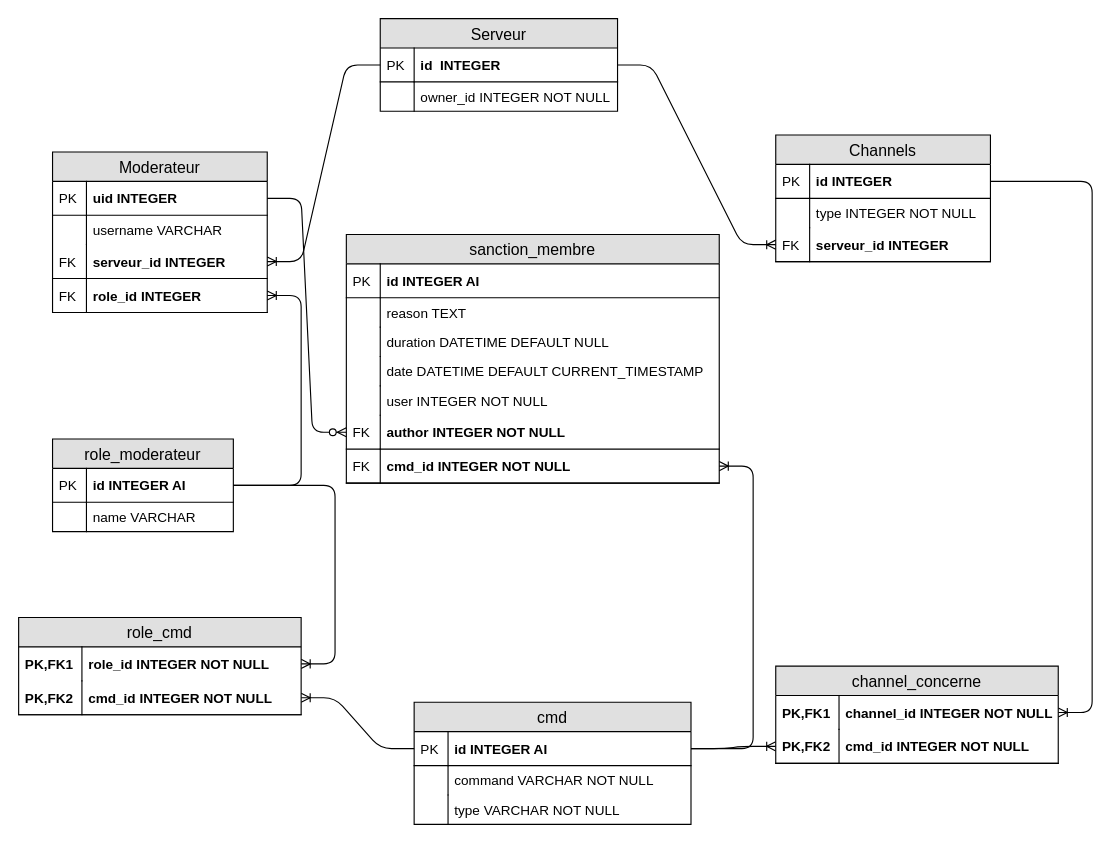
Earlier version of the draw.io diagram doc/schema_logique.drawio (RomainCtl/discord_project). Source tidied: cells renumbered, new cells numbered last; positions are measured from the earlier drawing's top-left corner, leaving out a move shared by most shapes. Both pictures are drawn from the tidied source at 113%, with x=0, y=0 at pixel (18, 18).
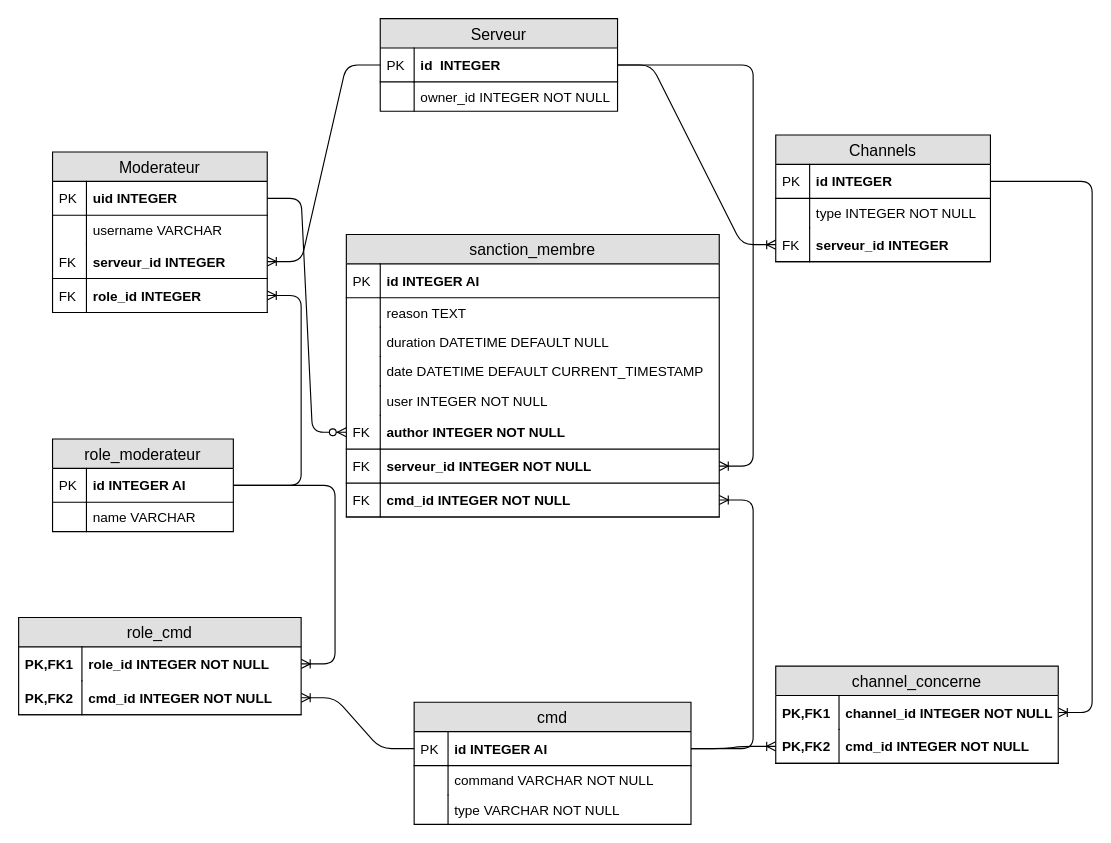
The same diagram, later.

Commit message (it also covers changes not shown here):
upgrade schemas

The change refers to these unchanged cells:
```xml
<mxCell id="3" value="id  INTEGER" style="shape=partialRectangle;top=0;left=0;right=0;bottom=1;align=left;verticalAlign=middle;fillColor=none;spacingLeft=34;spacingRight=4;overflow=hidden;points=[[0,0.5],[1,0.5]];portConstraint=eastwest;fontStyle=1;fontSize=12;fontColor=#000000;strokeColor=#000000;" parent="2" vertex="1">
  <mxGeometry y="26" width="210" height="30" as="geometry" />
</mxCell>
```

What changed in the source:
```diff
@@
     <mxCell id="40" value="sanction_membre" style="swimlane;fontStyle=0;horizontal=1;startSize=26;fillColor=#e0e0e0;swimlaneFillColor=#ffffff;align=center;fontSize=14;strokeColor=#000000;fontColor=#000000;" parent="1" vertex="1">
-      <mxGeometry x="290" y="191" width="330" height="220" as="geometry" />
+      <mxGeometry x="290" y="191" width="330" height="250" as="geometry" />
     </mxCell>
@@
+    <mxCell id="69" value="serveur_id INTEGER NOT NULL" style="shape=partialRectangle;top=0;left=0;right=0;bottom=1;align=left;verticalAlign=middle;fillColor=none;spacingLeft=34;spacingRight=4;overflow=hidden;points=[[0,0.5],[1,0.5]];portConstraint=eastwest;fontStyle=1;fontSize=12;fontColor=#000000;strokeColor=#000000;" parent="40" vertex="1">
+      <mxGeometry y="190" width="330" height="30" as="geometry" />
+    </mxCell>
+    <mxCell id="70" value="FK" style="shape=partialRectangle;top=0;left=0;bottom=0;fillColor=none;align=left;verticalAlign=middle;spacingLeft=4;spacingRight=4;overflow=hidden;fontSize=12;fontColor=#000000;strokeColor=#000000;" parent="69" vertex="1">
+      <mxGeometry width="30" height="30" as="geometry" />
+    </mxCell>
     <mxCell id="53" value="cmd_id INTEGER NOT NULL" style="shape=partialRectangle;top=0;left=0;right=0;bottom=1;align=left;verticalAlign=middle;fillColor=none;spacingLeft=34;spacingRight=4;overflow=hidden;points=[[0,0.5],[1,0.5]];portConstraint=eastwest;fontStyle=1;fontSize=12;fontColor=#000000;strokeColor=#000000;" parent="40" vertex="1">
-      <mxGeometry y="190" width="330" height="30" as="geometry" />
+      <mxGeometry y="220" width="330" height="30" as="geometry" />
     </mxCell>
@@
+    <mxCell id="71" style="edgeStyle=entityRelationEdgeStyle;fontSize=12;html=1;endArrow=ERoneToMany;strokeColor=#000000;" parent="1" edge="1" source="3" target="69">
+      <mxGeometry relative="1" as="geometry" />
+    </mxCell>
```
